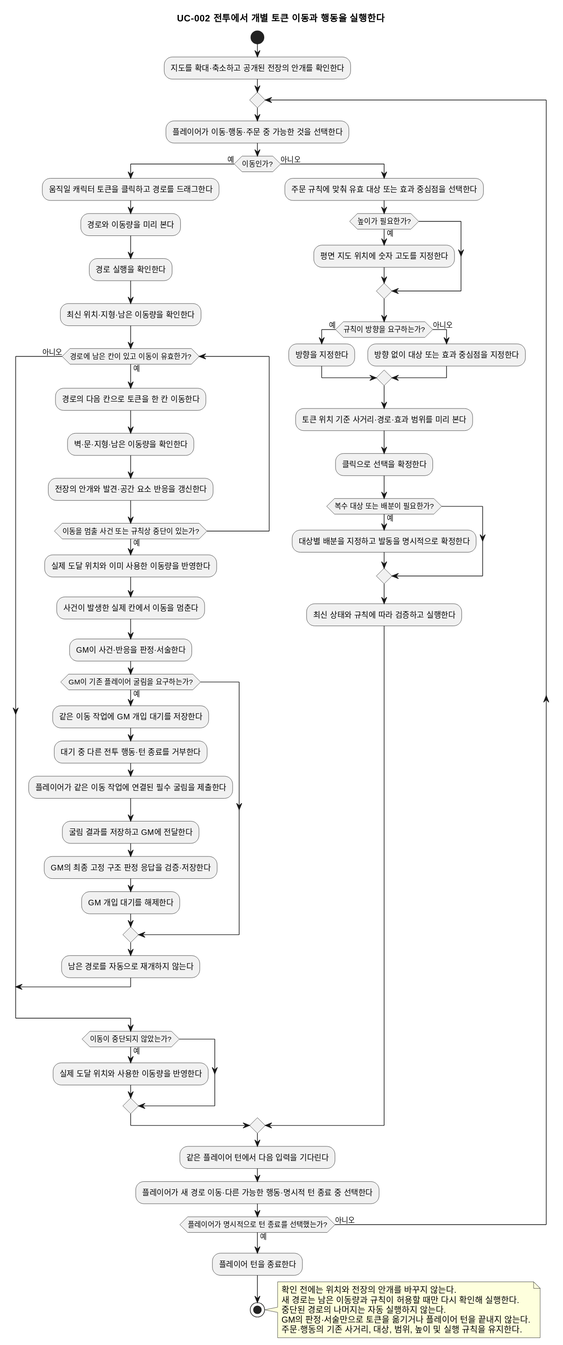
Earlier version of the PlantUML export docs/specs/combat-movement-spell-range/diagrams/product/UC-002.activity.svg (omegafrog/dnd-master).
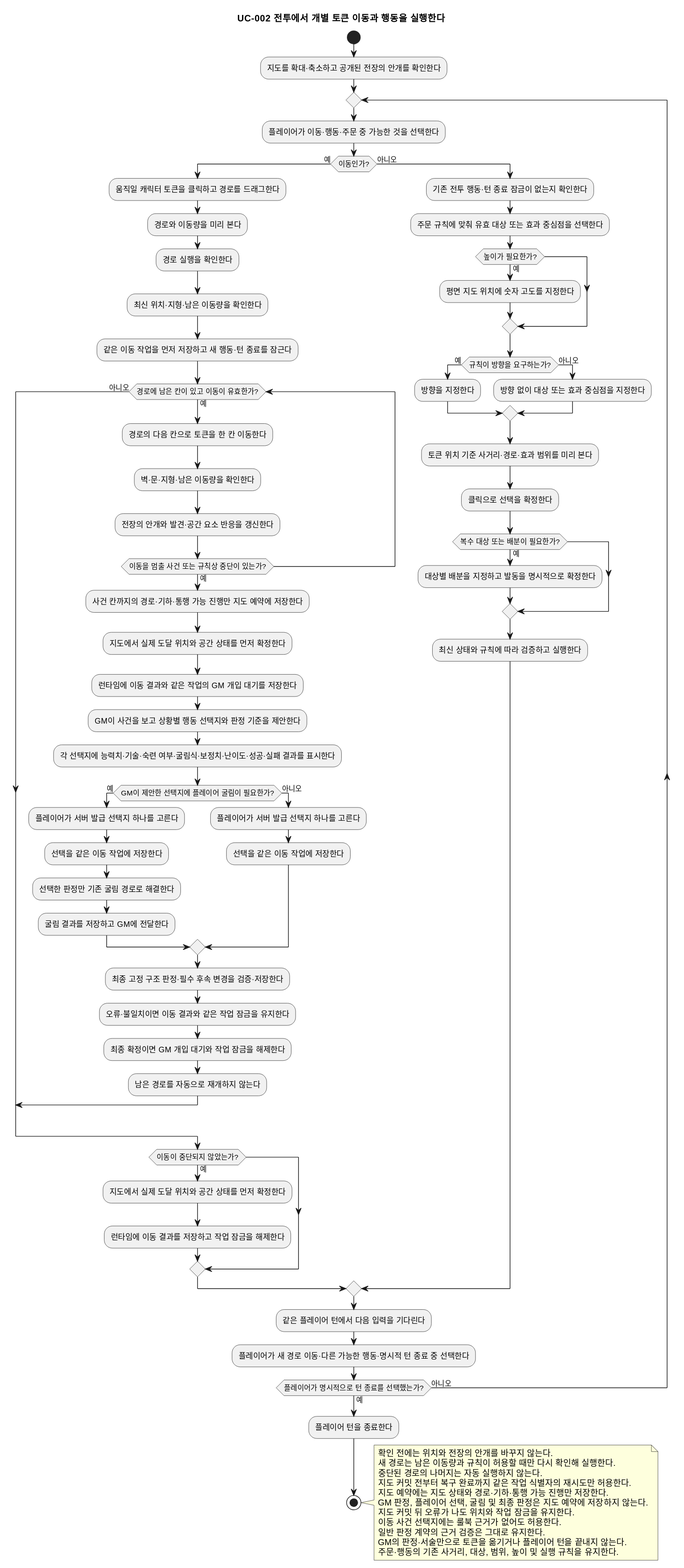
Above is the later version.

The edit, as a diff of the source:
```diff
@@ -9,30 +9,39 @@
   :경로와 이동량을 미리 본다;
   :경로 실행을 확인한다;
   :최신 위치·지형·남은 이동량을 확인한다;
+  :같은 이동 작업을 먼저 저장하고 새 행동·턴 종료를 잠근다;
   while (경로에 남은 칸이 있고 이동이 유효한가?) is (예)
     :경로의 다음 칸으로 토큰을 한 칸 이동한다;
     :벽·문·지형·남은 이동량을 확인한다;
     :전장의 안개와 발견·공간 요소 반응을 갱신한다;
     if (이동을 멈출 사건 또는 규칙상 중단이 있는가?) then (예)
-      :실제 도달 위치와 이미 사용한 이동량을 반영한다;
-      :사건이 발생한 실제 칸에서 이동을 멈춘다;
-      :GM이 사건·반응을 판정·서술한다;
-      if (GM이 기존 플레이어 굴림을 요구하는가?) then (예)
-        :같은 이동 작업에 GM 개입 대기를 저장한다;
-        :대기 중 다른 전투 행동·턴 종료를 거부한다;
-        :플레이어가 같은 이동 작업에 연결된 필수 굴림을 제출한다;
+      :사건 칸까지의 경로·기하·통행 가능 진행만 지도 예약에 저장한다;
+      :지도에서 실제 도달 위치와 공간 상태를 먼저 확정한다;
+      :런타임에 이동 결과와 같은 작업의 GM 개입 대기를 저장한다;
+      :GM이 사건을 보고 상황별 행동 선택지와 판정 기준을 제안한다;
+      :각 선택지에 능력치·기술·숙련 여부·굴림식·보정치·난이도·성공·실패 결과를 표시한다;
+      if (GM이 제안한 선택지에 플레이어 굴림이 필요한가?) then (예)
+        :플레이어가 서버 발급 선택지 하나를 고른다;
+        :선택을 같은 이동 작업에 저장한다;
+        :선택한 판정만 기존 굴림 경로로 해결한다;
         :굴림 결과를 저장하고 GM에 전달한다;
-        :GM의 최종 고정 구조 판정 응답을 검증·저장한다;
-        :GM 개입 대기를 해제한다;
+      else (아니오)
+        :플레이어가 서버 발급 선택지 하나를 고른다;
+        :선택을 같은 이동 작업에 저장한다;
       endif
+      :최종 고정 구조 판정·필수 후속 변경을 검증·저장한다;
+      :오류·불일치이면 이동 결과와 같은 작업 잠금을 유지한다;
+      :최종 확정이면 GM 개입 대기와 작업 잠금을 해제한다;
       :남은 경로를 자동으로 재개하지 않는다;
       break
     endif
   endwhile (아니오)
   if (이동이 중단되지 않았는가?) then (예)
-    :실제 도달 위치와 사용한 이동량을 반영한다;
+    :지도에서 실제 도달 위치와 공간 상태를 먼저 확정한다;
+    :런타임에 이동 결과를 저장하고 작업 잠금을 해제한다;
   endif
 else (아니오)
+  :기존 전투 행동·턴 종료 잠금이 없는지 확인한다;
   :주문 규칙에 맞춰 유효 대상 또는 효과 중심점을 선택한다;
   if (높이가 필요한가?) then (예)
     :평면 지도 위치에 숫자 고도를 지정한다;
@@ -58,6 +67,12 @@
   확인 전에는 위치와 전장의 안개를 바꾸지 않는다.
   새 경로는 남은 이동량과 규칙이 허용할 때만 다시 확인해 실행한다.
   중단된 경로의 나머지는 자동 실행하지 않는다.
+  지도 커밋 전부터 복구 완료까지 같은 작업 식별자의 재시도만 허용한다.
+  지도 예약에는 지도 상태와 경로·기하·통행 가능 진행만 저장한다.
+  GM 판정, 플레이어 선택, 굴림 및 최종 판정은 지도 예약에 저장하지 않는다.
+  지도 커밋 뒤 오류가 나도 위치와 작업 잠금을 유지한다.
+  이동 사건 선택지에는 룰북 근거가 없어도 허용한다.
+  일반 판정 계약의 근거 검증은 그대로 유지한다.
   GM의 판정·서술만으로 토큰을 옮기거나 플레이어 턴을 끝내지 않는다.
   주문·행동의 기존 사거리, 대상, 범위, 높이 및 실행 규칙을 유지한다.
 end note
```
